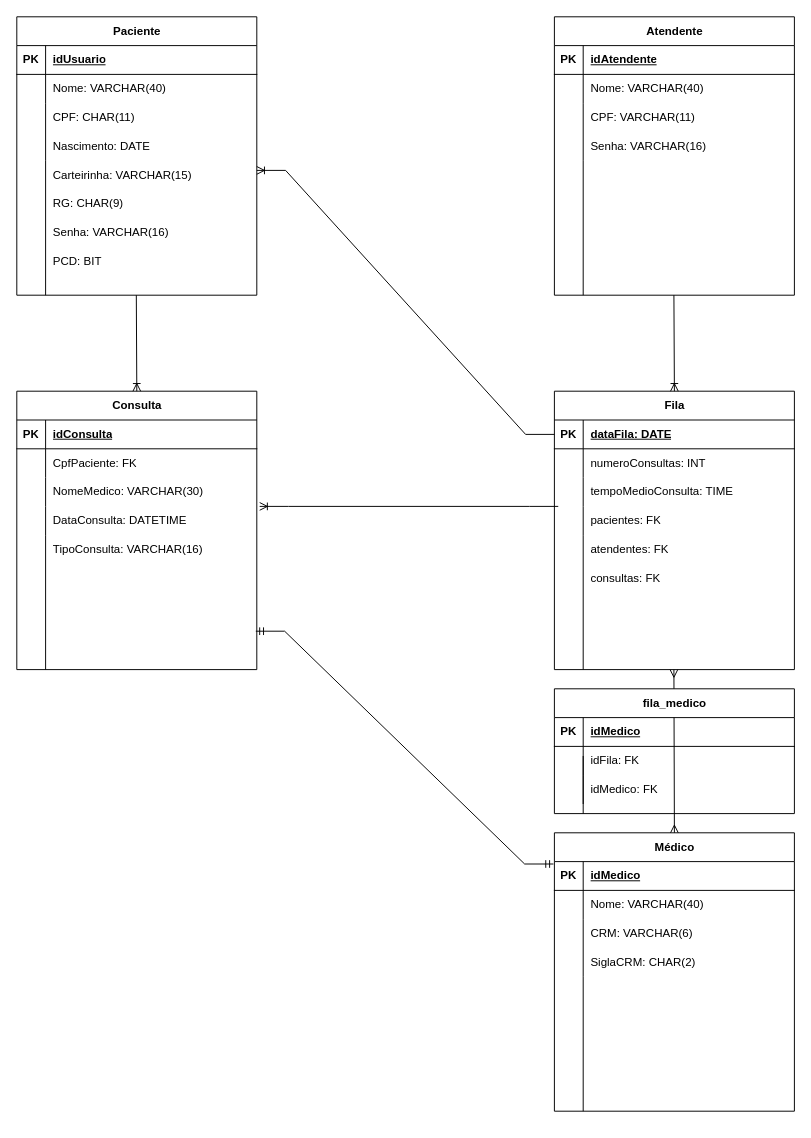
Before: DiagramaDER.drawio in Scoorpioon/FastHealth, a draw.io diagram. Source tidied: cells renumbered, new cells numbered last; positions are measured from the earlier drawing's top-left corner, leaving out a move shared by most shapes. Both pictures are drawn from the tidied source at 96%, with x=0, y=0 at pixel (16, 16).
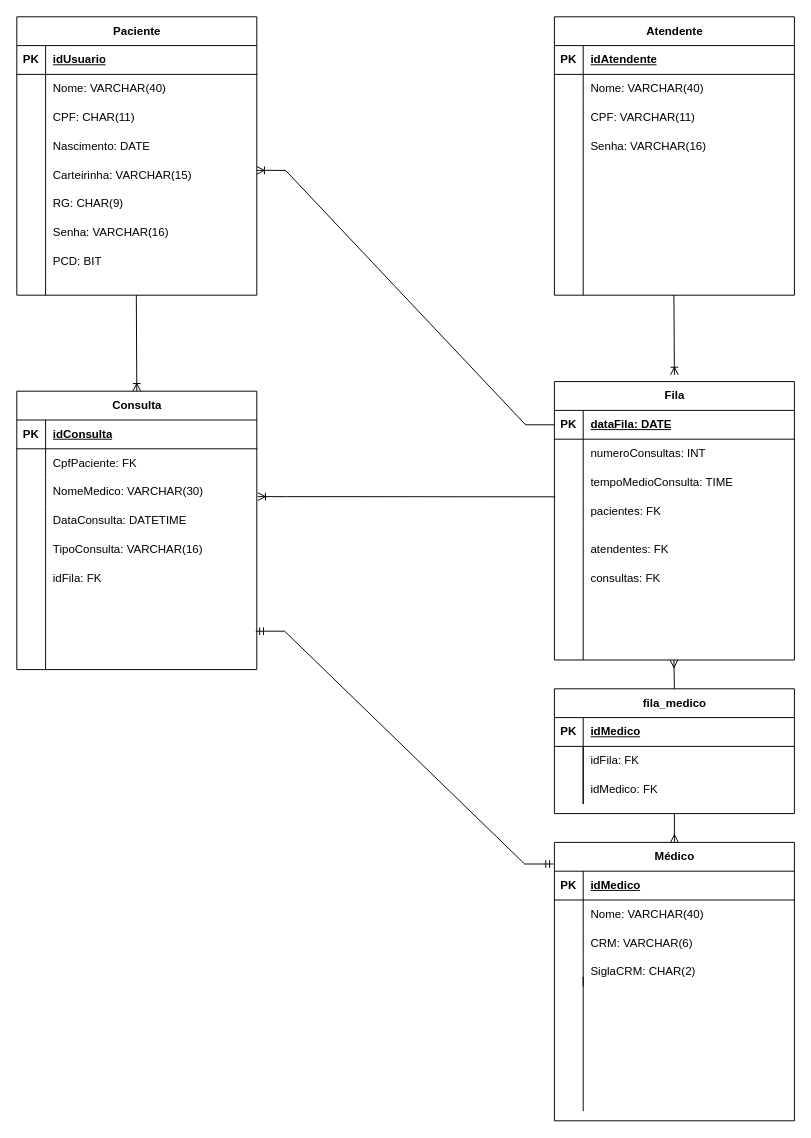
The same diagram, later.

Unchanged cells that the change refers to:
```xml
<mxCell id="47" style="shape=tableRow;horizontal=0;startSize=0;swimlaneHead=0;swimlaneBody=0;fillColor=none;points=[[0,0.5],[1,0.5]];portConstraint=eastwest;top=0;left=0;right=0;bottom=0;" parent="40" vertex="1">
  <mxGeometry y="90" width="250" height="30" as="geometry" />
</mxCell>
<mxCell id="50" style="shape=tableRow;horizontal=0;startSize=0;swimlaneHead=0;swimlaneBody=0;fillColor=none;points=[[0,0.5],[1,0.5]];portConstraint=eastwest;top=0;left=0;right=0;bottom=0;" parent="40" vertex="1">
  <mxGeometry y="120" width="250" height="30" as="geometry" />
</mxCell>
<mxCell id="53" style="group;" parent="1" vertex="1">
  <mxGeometry x="560" y="390" width="250" height="290" as="geometry" />
</mxCell>
<mxCell id="67" style="shape=tableRow;horizontal=0;startSize=0;swimlaneHead=0;swimlaneBody=0;fillColor=none;points=[[0,0.5],[1,0.5]];portConstraint=eastwest;top=0;left=0;right=0;bottom=0;" parent="57" vertex="1">
  <mxGeometry y="120" width="250" height="30" as="geometry" />
</mxCell>
<mxCell id="70" style="group;" parent="1" vertex="1">
  <mxGeometry x="560" y="850" width="250" height="290" as="geometry" />
</mxCell>
```

What changed in the source:
```diff
@@
-    <mxCell id="2" style="edgeStyle=entityRelationEdgeStyle;fontSize=12;html=1;endArrow=none;rounded=0;shadow=0;curved=0;flowAnimation=0;jumpStyle=none;strokeWidth=1;startArrow=ERoneToMany;startFill=0;endFill=0;entryX=0.016;entryY=0;entryDx=0;entryDy=0;entryPerimeter=0;exitX=1.012;exitY=0;exitDx=0;exitDy=0;exitPerimeter=0;" parent="1" edge="1" source="50" target="67">
+    <mxCell id="2" style="edgeStyle=entityRelationEdgeStyle;fontSize=12;html=1;endArrow=none;rounded=0;shadow=0;curved=0;flowAnimation=0;jumpStyle=none;strokeWidth=1;startArrow=ERoneToMany;startFill=0;endFill=0;entryX=0.016;entryY=0;entryDx=0;entryDy=0;entryPerimeter=0;exitX=1.004;exitY=0.661;exitDx=0;exitDy=0;exitPerimeter=0;" parent="1" edge="1" source="47">
       <mxGeometry relative="1" as="geometry">
+        <mxPoint x="561" y="500" as="targetPoint" />
         <Array as="points">
-          <mxPoint x="300" y="450" />
+          <mxPoint x="267" y="500" />
+          <mxPoint x="297" y="450" />
         </Array>
       </mxGeometry>
     </mxCell>
@@
     <mxCell id="55" style="endArrow=none;html=1;rounded=0;" parent="53" edge="1">
       <mxGeometry relative="1" as="geometry">
-        <mxPoint x="30" y="150" as="sourcePoint" />
-        <mxPoint x="30" y="290" as="targetPoint" />
+        <mxPoint x="30" y="140" as="sourcePoint" />
+        <mxPoint x="30" y="280" as="targetPoint" />
       </mxGeometry>
     </mxCell>
@@
-    <mxCell id="57" value="Fila" style="shape=table;startSize=30;childLayout=tableLayout;rowLines=0;fontStyle=1;align=center;html=1;" parent="1" vertex="1">
-      <mxGeometry x="560" y="390" width="250" height="290" as="geometry" />
+    <mxCell id="57" value="Fila" style="shape=table;startSize=30;childLayout=tableLayout;rowLines=0;fontStyle=1;align=center;html=1;" parent="53" vertex="1">
+      <mxGeometry y="-10" width="250" height="290" as="geometry" />
     </mxCell>
@@
     <mxCell id="71" value="Médico" style="shape=table;startSize=30;childLayout=tableLayout;rowLines=0;fontStyle=1;align=center;html=1;" parent="70" vertex="1">
-      <mxGeometry width="250" height="290" as="geometry" />
+      <mxGeometry y="10" width="250" height="290" as="geometry" />
     </mxCell>
@@
-    <mxCell id="88" style="endArrow=ERmany;html=1;rounded=0;endFill=0;entryX=0.5;entryY=0;entryDx=0;entryDy=0;startArrow=ERmany;startFill=0;" parent="1" edge="1" target="71">
-      <mxGeometry relative="1" as="geometry">
-        <mxPoint x="684.5" y="680" as="sourcePoint" />
-      </mxGeometry>
+    <mxCell id="88" style="endArrow=ERmany;html=1;rounded=0;endFill=0;entryX=0.5;entryY=0;entryDx=0;entryDy=0;startArrow=none;startFill=0;exitX=0.5;exitY=1;exitDx=0;exitDy=0;" parent="1" edge="1" source="92" target="71">
+      <mxGeometry relative="1" as="geometry" />
     </mxCell>
-    <mxCell id="89" style="endArrow=ERoneToMany;html=1;rounded=0;endFill=0;entryX=0.5;entryY=0;entryDx=0;entryDy=0;" parent="1" edge="1">
+    <mxCell id="89" style="endArrow=ERoneToMany;html=1;rounded=0;endFill=0;entryX=0.5;entryY=-0.024;entryDx=0;entryDy=0;entryPerimeter=0;" parent="1" edge="1" target="57">
       <mxGeometry relative="1" as="geometry">
         <mxPoint x="684.5" y="290" as="sourcePoint" />
-        <mxPoint x="685" y="390" as="targetPoint" />
       </mxGeometry>
     </mxCell>
@@
     <mxCell id="91" style="group;" parent="1" vertex="1">
-      <mxGeometry x="560" y="700" width="250" height="130" as="geometry" />
+      <mxGeometry x="560" y="690" width="250" height="130" as="geometry" />
     </mxCell>
     <mxCell id="92" value="fila_medico" style="shape=table;startSize=30;childLayout=tableLayout;rowLines=0;fontStyle=1;align=center;html=1;" parent="91" vertex="1">
-      <mxGeometry width="250" height="130" as="geometry" />
+      <mxGeometry y="10" width="250" height="130" as="geometry" />
     </mxCell>
@@
+    <mxCell id="103" style="endArrow=none;html=1;rounded=0;endFill=0;startArrow=ERmany;startFill=0;exitX=0.5;exitY=1;exitDx=0;exitDy=0;entryX=0.5;entryY=0;entryDx=0;entryDy=0;" parent="91" edge="1" target="92">
+      <mxGeometry relative="1" as="geometry">
+        <mxPoint x="124.5" y="-20" as="sourcePoint" />
+      </mxGeometry>
+    </mxCell>
+    <mxCell id="104" value="idFila: FK" style="shape=partialRectangle;fillColor=none;top=0;left=0;bottom=0;right=0;align=left;spacingLeft=6;overflow=hidden;whiteSpace=wrap;html=1;" parent="1" vertex="1">
+      <mxGeometry x="30" y="570" width="220" height="30" as="geometry" />
+    </mxCell>
```
